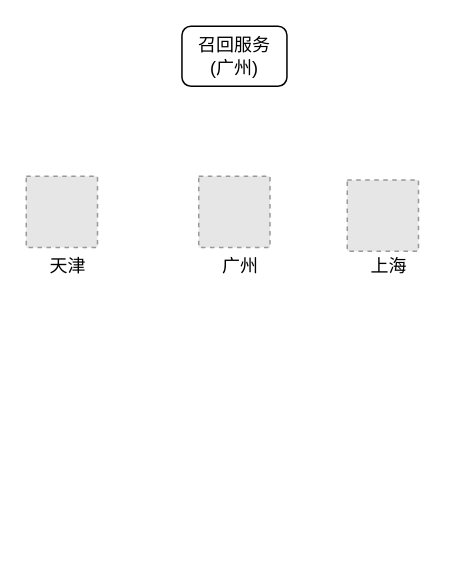
This is recomm_new.drawio from checkking/diagrams, a draw.io file, before an edit. Source tidied: cells renumbered, new cells numbered last; positions are measured from the earlier drawing's top-left corner, leaving out a move shared by most shapes. Both pictures are drawn from the tidied source at 150%, with x=0, y=0 at pixel (26, 26). Pictures stored in the file or linked from it are replaced by grey dashed boxes.
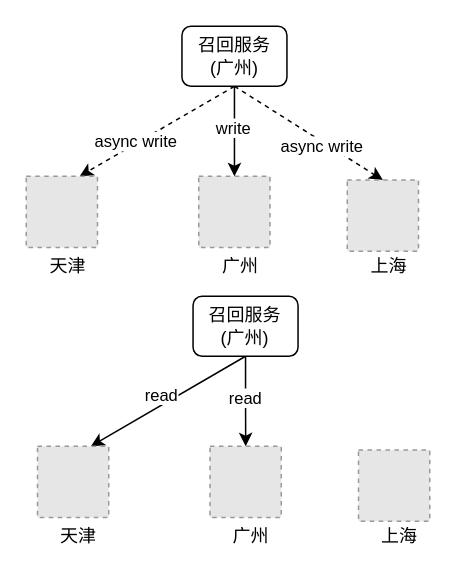
The same page after the edit.

The change refers to these unchanged cells:
```xml
<mxCell id="2" style="fillColor=#E6E6E6;strokeColor=#999999;dashed=1;verticalLabelPosition=bottom;labelBackgroundColor=#ffffff;verticalAlign=top;" parent="1" vertex="1">
  <mxGeometry x="115" y="100" width="47.5" height="47.5" as="geometry" />
</mxCell>
<mxCell id="3" value="召回服务&lt;br&gt;(广州)" style="rounded=1;whiteSpace=wrap;html=1;" parent="1" vertex="1">
  <mxGeometry x="103.8" width="70" height="40" as="geometry" />
</mxCell>
<mxCell id="5" style="fillColor=#E6E6E6;strokeColor=#999999;dashed=1;verticalLabelPosition=bottom;labelBackgroundColor=#ffffff;verticalAlign=top;" parent="1" vertex="1">
  <mxGeometry x="214" y="102.5" width="47.5" height="47.5" as="geometry" />
</mxCell>
<mxCell id="7" style="fillColor=#E6E6E6;strokeColor=#999999;dashed=1;verticalLabelPosition=bottom;labelBackgroundColor=#ffffff;verticalAlign=top;" parent="1" vertex="1">
  <mxGeometry y="100" width="47.5" height="47.5" as="geometry" />
</mxCell>
```

The edit, as a diff of the source:
```diff
@@
+    <mxCell id="9" style="edgeStyle=orthogonalEdgeStyle;rounded=0;jettySize=auto;html=1;exitX=0.5;exitY=1;exitDx=0;exitDy=0;" parent="1" edge="1" source="3" target="2">
+      <mxGeometry relative="1" as="geometry" />
+    </mxCell>
+    <mxCell id="10" value="write" style="edgeLabel;html=1;align=center;verticalAlign=middle;" parent="9" vertex="1">
+      <mxGeometry x="-0.1" y="-1" relative="1" as="geometry" />
+    </mxCell>
+    <mxCell id="11" style="rounded=0;jettySize=auto;html=1;exitX=0.5;exitY=1;exitDx=0;exitDy=0;entryX=0.75;entryY=0;entryDx=0;entryDy=0;dashed=1;" parent="1" edge="1" source="3" target="7">
+      <mxGeometry relative="1" as="geometry" />
+    </mxCell>
+    <mxCell id="12" value="async write" style="edgeLabel;html=1;align=center;verticalAlign=middle;" parent="11" vertex="1">
+      <mxGeometry x="0.27" y="-2" relative="1" as="geometry" />
+    </mxCell>
+    <mxCell id="13" style="edgeStyle=none;rounded=0;jettySize=auto;html=1;exitX=0.5;exitY=1;exitDx=0;exitDy=0;entryX=0.5;entryY=0;entryDx=0;entryDy=0;dashed=1;" parent="1" edge="1" source="3" target="5">
+      <mxGeometry relative="1" as="geometry" />
+    </mxCell>
+    <mxCell id="14" value="async write" style="edgeLabel;html=1;align=center;verticalAlign=middle;" parent="13" vertex="1">
+      <mxGeometry x="0.19" y="-3" relative="1" as="geometry" />
+    </mxCell>
@@
+    <mxCell id="15" style="fillColor=#E6E6E6;strokeColor=#999999;dashed=1;verticalLabelPosition=bottom;labelBackgroundColor=#ffffff;verticalAlign=top;" parent="1" vertex="1">
+      <mxGeometry x="122.5" y="280" width="47.5" height="47.5" as="geometry" />
+    </mxCell>
+    <mxCell id="16" style="edgeStyle=orthogonalEdgeStyle;rounded=0;jettySize=auto;html=1;exitX=0.5;exitY=1;exitDx=0;exitDy=0;" parent="1" edge="1" source="20" target="15">
+      <mxGeometry relative="1" as="geometry" />
+    </mxCell>
+    <mxCell id="17" value="read" style="edgeLabel;html=1;align=center;verticalAlign=middle;" parent="16" vertex="1">
+      <mxGeometry x="-0.1" y="-1" relative="1" as="geometry" />
+    </mxCell>
+    <mxCell id="18" style="rounded=0;jettySize=auto;html=1;exitX=0.5;exitY=1;exitDx=0;exitDy=0;entryX=0.75;entryY=0;entryDx=0;entryDy=0;" parent="1" edge="1" source="20" target="24">
+      <mxGeometry relative="1" as="geometry" />
+    </mxCell>
+    <mxCell id="19" value="read" style="edgeLabel;html=1;align=center;verticalAlign=middle;" parent="18" vertex="1">
+      <mxGeometry x="0.27" y="-2" relative="1" as="geometry">
+        <mxPoint x="10.4" y="-11.5" as="offset" />
+      </mxGeometry>
+    </mxCell>
+    <mxCell id="20" value="召回服务&lt;br&gt;(广州)" style="rounded=1;whiteSpace=wrap;html=1;" parent="1" vertex="1">
+      <mxGeometry x="111.2" y="180" width="70" height="40" as="geometry" />
+    </mxCell>
+    <mxCell id="21" value="广州" style="text;html=1;strokeColor=none;fillColor=none;align=center;verticalAlign=middle;whiteSpace=wrap;rounded=0;" parent="1" vertex="1">
+      <mxGeometry x="130" y="330" width="40" height="20" as="geometry" />
+    </mxCell>
+    <mxCell id="22" style="fillColor=#E6E6E6;strokeColor=#999999;dashed=1;verticalLabelPosition=bottom;labelBackgroundColor=#ffffff;verticalAlign=top;" parent="1" vertex="1">
+      <mxGeometry x="221.5" y="282.5" width="47.5" height="47.5" as="geometry" />
+    </mxCell>
+    <mxCell id="23" value="上海" style="text;html=1;strokeColor=none;fillColor=none;align=center;verticalAlign=middle;whiteSpace=wrap;rounded=0;" parent="1" vertex="1">
+      <mxGeometry x="229" y="330" width="40" height="20" as="geometry" />
+    </mxCell>
+    <mxCell id="24" style="fillColor=#E6E6E6;strokeColor=#999999;dashed=1;verticalLabelPosition=bottom;labelBackgroundColor=#ffffff;verticalAlign=top;" parent="1" vertex="1">
+      <mxGeometry x="7.5" y="280" width="47.5" height="47.5" as="geometry" />
+    </mxCell>
+    <mxCell id="25" value="天津" style="text;html=1;strokeColor=none;fillColor=none;align=center;verticalAlign=middle;whiteSpace=wrap;rounded=0;" parent="1" vertex="1">
+      <mxGeometry x="15" y="330" width="40" height="20" as="geometry" />
+    </mxCell>
```
